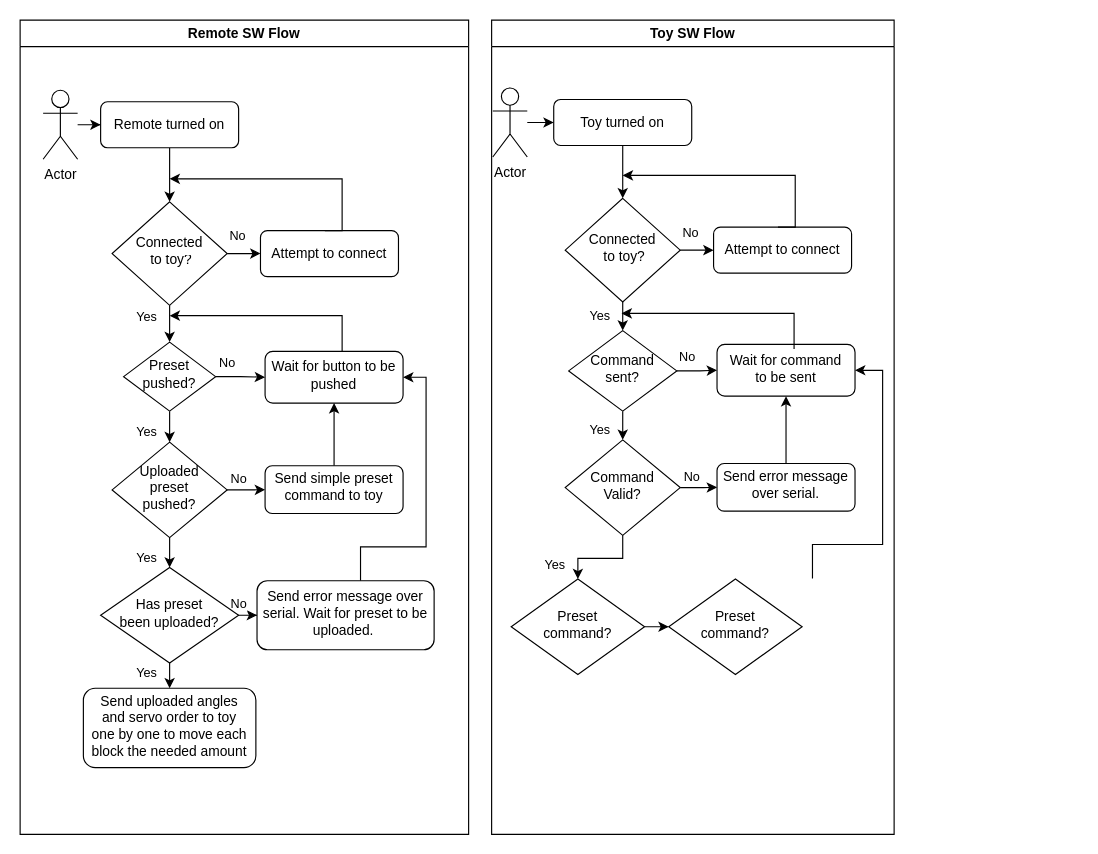
Earlier version of the draw.io diagram Untitled Diagram.drawio (25Lilly/Shapeshifter). Source tidied: cells renumbered, new cells numbered last; positions are measured from the earlier drawing's top-left corner, leaving out a move shared by most shapes. Both pictures are drawn from the tidied source at 115%, with x=0, y=0 at pixel (20, 20).
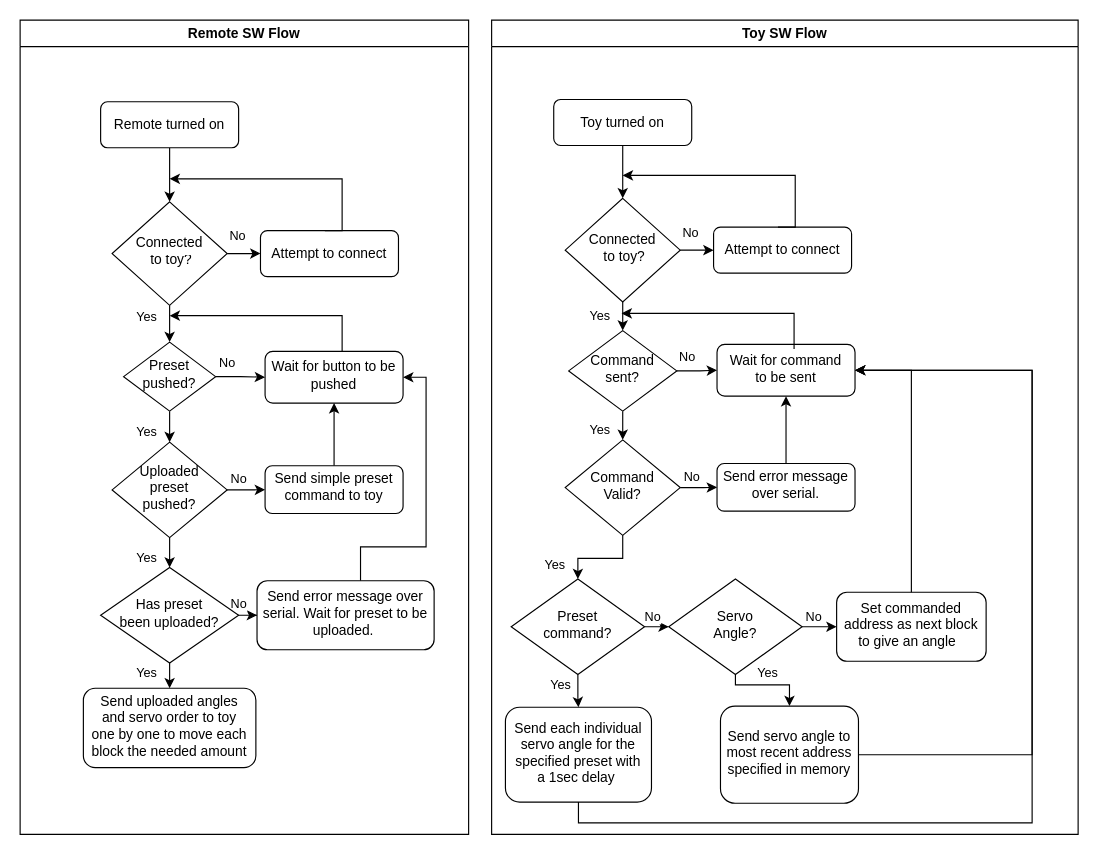
The same diagram, later.

Commit message:
Added Toy SW flow

Unchanged cells that the change refers to:
```xml
<mxCell id="5" value="Remote turned on" style="rounded=1;whiteSpace=wrap;html=1;" parent="1" vertex="1">
  <mxGeometry x="70" y="71" width="120" height="40" as="geometry" />
</mxCell>
<mxCell id="31" value="Toy turned on" style="rounded=1;whiteSpace=wrap;html=1;" parent="1" vertex="1">
  <mxGeometry x="464" y="69" width="120" height="40" as="geometry" />
</mxCell>
<mxCell id="42" value="Wait for command to be sent" style="rounded=1;whiteSpace=wrap;html=1;shadow=0;strokeWidth=1;spacing=6;spacingTop=-4;" parent="1" vertex="1">
  <mxGeometry x="606" y="282" width="120" height="45" as="geometry" />
</mxCell>
<mxCell id="49" value="Preset &lt;br&gt;command?" style="rhombus;whiteSpace=wrap;html=1;shadow=0;fontFamily=Helvetica;fontSize=12;align=center;strokeWidth=1;spacing=6;spacingTop=-4;" parent="1" vertex="1">
  <mxGeometry x="427" y="486" width="116" height="83" as="geometry" />
</mxCell>
```

The edit, as a diff of the source:
```diff
@@
-    <mxCell id="2" style="edgeStyle=orthogonalEdgeStyle;rounded=0;jettySize=auto;html=1;" parent="1" edge="1" source="3" target="5">
-      <mxGeometry relative="1" as="geometry" />
-    </mxCell>
-    <mxCell id="3" value="Actor" style="shape=umlActor;verticalLabelPosition=bottom;verticalAlign=top;html=1;outlineConnect=0;" parent="1" vertex="1">
-      <mxGeometry x="20" y="61" width="30" height="60" as="geometry" />
-    </mxCell>
@@
     <mxCell id="28" value="Toy SW Flow" style="swimlane;whiteSpace=wrap;html=1;" parent="1" vertex="1">
-      <mxGeometry x="410" width="350" height="708" as="geometry" />
+      <mxGeometry x="410" width="510" height="708" as="geometry" />
     </mxCell>
+    <mxCell id="52" value="No" style="edgeStyle=orthogonalEdgeStyle;rounded=0;jettySize=auto;html=1;" parent="28" edge="1" source="29" target="54">
+      <mxGeometry x="0.2" y="9" relative="1" as="geometry" />
+    </mxCell>
+    <mxCell id="53" value="Yes" style="edgeStyle=orthogonalEdgeStyle;rounded=0;jettySize=auto;html=1;" parent="28" edge="1" source="29" target="56">
+      <mxGeometry x="-0.01" y="10" relative="1" as="geometry">
+        <Array as="points">
+          <mxPoint x="212" y="578" />
+          <mxPoint x="259" y="578" />
+        </Array>
+      </mxGeometry>
+    </mxCell>
-    <mxCell id="29" value="Preset &lt;br&gt;command?" style="rhombus;whiteSpace=wrap;html=1;shadow=0;fontFamily=Helvetica;fontSize=12;align=center;strokeWidth=1;spacing=6;spacingTop=-4;" parent="28" vertex="1">
+    <mxCell id="29" value="Servo&lt;br&gt;Angle?" style="rhombus;whiteSpace=wrap;html=1;shadow=0;fontFamily=Helvetica;fontSize=12;align=center;strokeWidth=1;spacing=6;spacingTop=-4;" parent="28" vertex="1">
       <mxGeometry x="154" y="486" width="116" height="83" as="geometry" />
     </mxCell>
+    <mxCell id="54" value="Set commanded address as next block to give an angle&amp;nbsp;&amp;nbsp;" style="rounded=1;whiteSpace=wrap;html=1;shadow=0;strokeWidth=1;spacing=6;spacingTop=-4;" parent="28" vertex="1">
+      <mxGeometry x="300" y="497.5" width="130" height="60" as="geometry" />
+    </mxCell>
+    <mxCell id="55" value="Send each individual servo angle for the specified preset with a 1sec delay&amp;nbsp;" style="rounded=1;whiteSpace=wrap;html=1;shadow=0;strokeWidth=1;spacing=6;spacingTop=-4;" parent="28" vertex="1">
+      <mxGeometry x="12" y="597.5" width="127" height="82.5" as="geometry" />
+    </mxCell>
+    <mxCell id="56" value="Send servo angle to most recent address specified in memory" style="rounded=1;whiteSpace=wrap;html=1;shadow=0;strokeWidth=1;spacing=6;spacingTop=-4;" parent="28" vertex="1">
+      <mxGeometry x="199" y="596.5" width="120" height="84.5" as="geometry" />
+    </mxCell>
@@
-    <mxCell id="37" style="edgeStyle=orthogonalEdgeStyle;rounded=0;jettySize=auto;html=1;" parent="1" edge="1" source="38" target="31">
-      <mxGeometry relative="1" as="geometry" />
-    </mxCell>
-    <mxCell id="38" value="Actor" style="shape=umlActor;verticalLabelPosition=bottom;verticalAlign=top;html=1;outlineConnect=0;" parent="1" vertex="1">
-      <mxGeometry x="411" y="59" width="30" height="60" as="geometry" />
-    </mxCell>
@@
-    <mxCell id="48" style="edgeStyle=orthogonalEdgeStyle;rounded=0;jettySize=auto;html=1;" parent="1" edge="1" source="49" target="29">
-      <mxGeometry relative="1" as="geometry" />
+    <mxCell id="48" value="No" style="edgeStyle=orthogonalEdgeStyle;rounded=0;jettySize=auto;html=1;" parent="1" edge="1" source="49" target="29">
+      <mxGeometry x="0.53" y="9" relative="1" as="geometry" />
     </mxCell>
+    <mxCell id="57" value="Yes" style="edgeStyle=orthogonalEdgeStyle;rounded=0;jettySize=auto;html=1;" parent="1" edge="1" source="49" target="55">
+      <mxGeometry x="-0.38" y="-15" relative="1" as="geometry" />
+    </mxCell>
@@
-    <mxCell id="50" style="edgeStyle=orthogonalEdgeStyle;rounded=0;jettySize=auto;html=1;entryX=1;entryY=0.5;entryDx=0;entryDy=0;" parent="1" edge="1" target="42">
-      <mxGeometry relative="1" as="geometry">
-        <mxPoint x="689" y="485.5" as="sourcePoint" />
-        <Array as="points">
-          <mxPoint x="689" y="456" />
-          <mxPoint x="750" y="456" />
-          <mxPoint x="750" y="305" />
-          <mxPoint x="726" y="305" />
-        </Array>
-      </mxGeometry>
-    </mxCell>
@@
+    <mxCell id="58" style="edgeStyle=orthogonalEdgeStyle;rounded=0;jettySize=auto;html=1;entryX=1;entryY=0.5;entryDx=0;entryDy=0;" parent="1" edge="1" source="54" target="42">
+      <mxGeometry relative="1" as="geometry" />
+    </mxCell>
+    <mxCell id="59" style="edgeStyle=orthogonalEdgeStyle;rounded=0;jettySize=auto;html=1;entryX=1;entryY=0.5;entryDx=0;entryDy=0;" parent="1" edge="1" source="56" target="42">
+      <mxGeometry relative="1" as="geometry">
+        <Array as="points">
+          <mxPoint x="880" y="639" />
+          <mxPoint x="880" y="304" />
+        </Array>
+      </mxGeometry>
+    </mxCell>
+    <mxCell id="60" style="edgeStyle=orthogonalEdgeStyle;rounded=0;jettySize=auto;html=1;entryX=1;entryY=0.5;entryDx=0;entryDy=0;" parent="1" edge="1" source="55" target="42">
+      <mxGeometry relative="1" as="geometry">
+        <Array as="points">
+          <mxPoint x="486" y="698" />
+          <mxPoint x="880" y="698" />
+          <mxPoint x="880" y="304" />
+        </Array>
+      </mxGeometry>
+    </mxCell>
```
